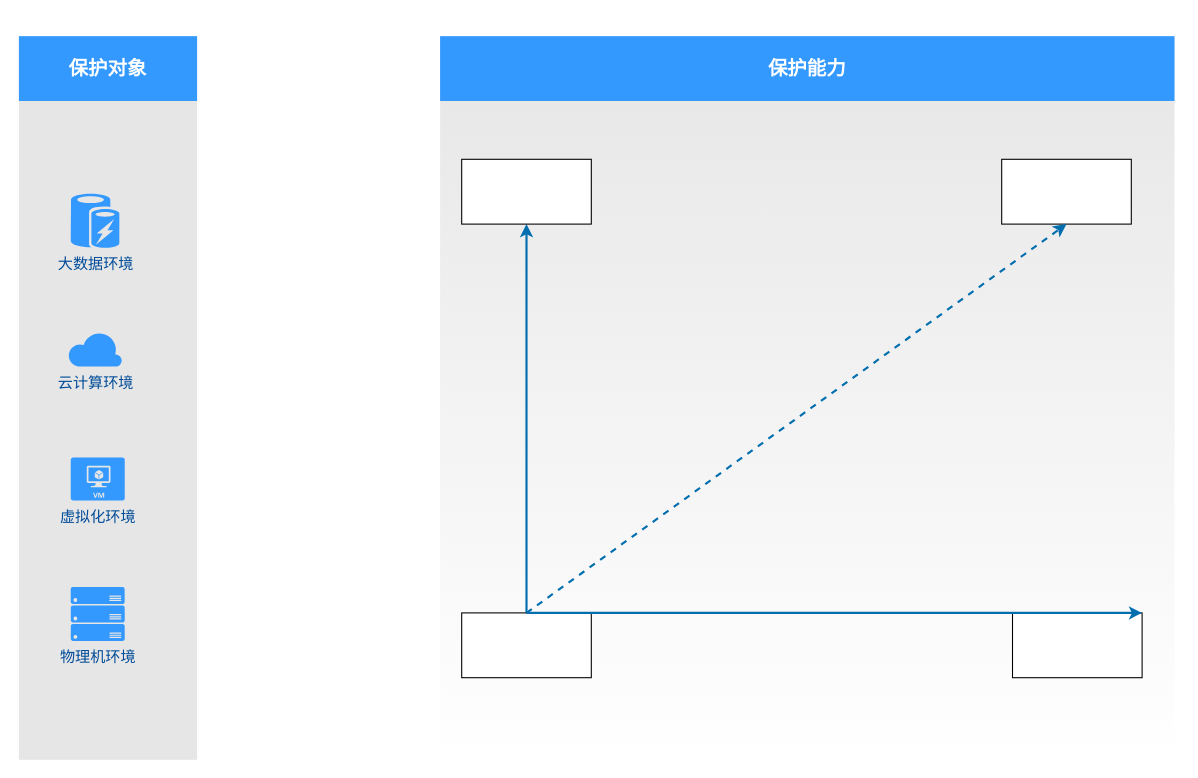
This is 多元数据保护.drawio from qqshow/drawio, a draw.io file, before an edit. Source tidied: cells renumbered, new cells numbered last; positions are measured from the earlier drawing's top-left corner, leaving out a move shared by most shapes. Both pictures are drawn from the tidied source at 108%, with x=0, y=0 at pixel (18, 36).
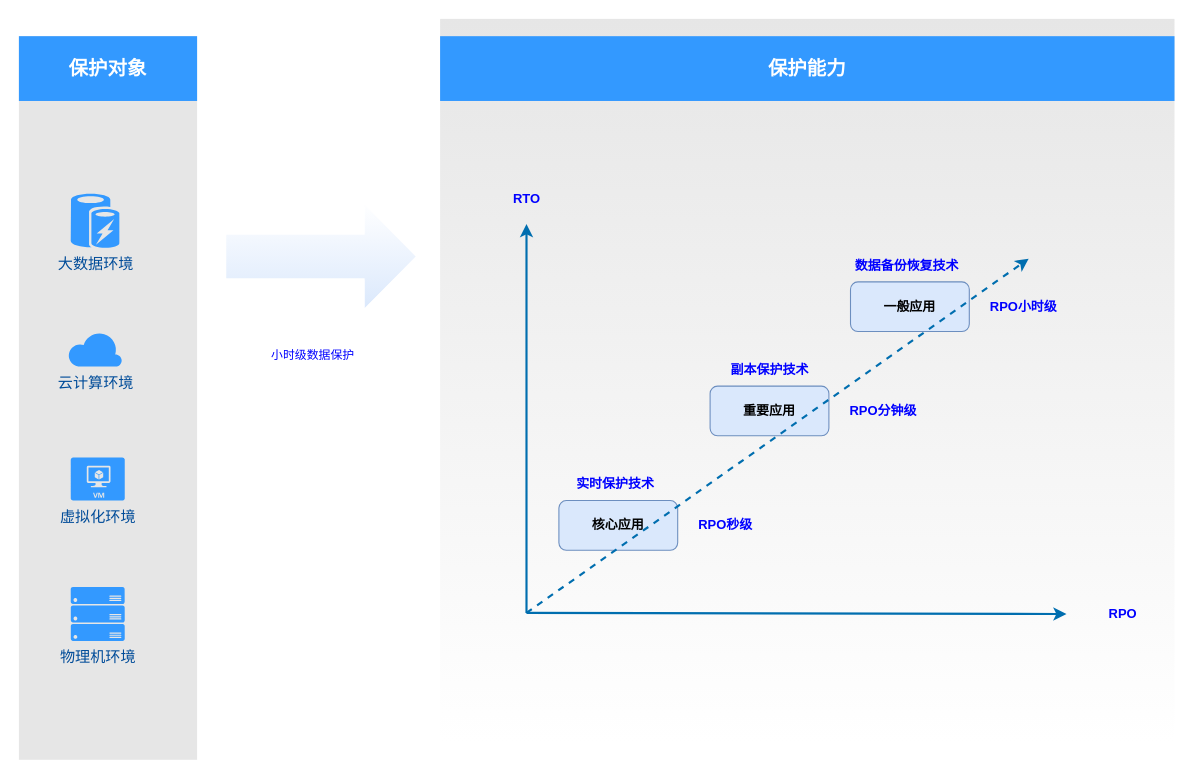
The same page after the edit.

Commit message:
Update 多元数据保护.drawio

Diff of the diagram source:
```diff
@@
     <mxCell id="3" style="rounded=0;whiteSpace=wrap;html=1;dashed=1;strokeColor=none;strokeWidth=2;fillColor=#E6E6E6;fontFamily=Verdana;fontSize=12;fontColor=#00BEF2;gradientColor=#ffffff;" parent="1" vertex="1">
-      <mxGeometry x="390" width="680" height="670" as="geometry" />
+      <mxGeometry x="390" y="-16" width="680" height="670" as="geometry" />
     </mxCell>
@@
-    <mxCell id="10" style="endArrow=classic;html=1;rounded=0;exitX=0.5;exitY=0;exitDx=0;exitDy=0;shadow=0;fillColor=#1ba1e2;strokeColor=#006EAF;strokeWidth=2;" parent="1" edge="1" source="11" target="12">
-      <mxGeometry relative="1" as="geometry" />
+    <mxCell id="10" style="endArrow=classic;html=1;rounded=0;exitX=0.5;exitY=0;exitDx=0;exitDy=0;shadow=0;fillColor=#1ba1e2;strokeColor=#006EAF;strokeWidth=2;" parent="1" edge="1">
+      <mxGeometry relative="1" as="geometry">
+        <mxPoint x="470" y="534" as="sourcePoint" />
+        <mxPoint x="470" y="174" as="targetPoint" />
+      </mxGeometry>
     </mxCell>
-    <mxCell id="11" style="rounded=0;whiteSpace=wrap;html=1;shadow=0;labelBackgroundColor=none;labelBorderColor=none;fillColor=default;gradientColor=none;" parent="1" vertex="1">
-      <mxGeometry x="410" y="534" width="120" height="60" as="geometry" />
-    </mxCell>
-    <mxCell id="12" style="rounded=0;whiteSpace=wrap;html=1;shadow=0;labelBackgroundColor=none;labelBorderColor=none;fillColor=default;gradientColor=none;" parent="1" vertex="1">
-      <mxGeometry x="410" y="114" width="120" height="60" as="geometry" />
-    </mxCell>
-    <mxCell id="13" style="rounded=0;whiteSpace=wrap;html=1;shadow=0;labelBackgroundColor=none;labelBorderColor=none;fillColor=default;gradientColor=none;" parent="1" vertex="1">
-      <mxGeometry x="920" y="534" width="120" height="60" as="geometry" />
-    </mxCell>
-    <mxCell id="14" style="endArrow=classic;html=1;rounded=0;exitX=0.5;exitY=0;exitDx=0;exitDy=0;entryX=1;entryY=0;entryDx=0;entryDy=0;strokeWidth=2;fillColor=#1ba1e2;strokeColor=#006EAF;" parent="1" edge="1" source="11" target="13">
-      <mxGeometry relative="1" as="geometry" />
+    <mxCell id="14" style="endArrow=classic;html=1;rounded=0;exitX=0.5;exitY=0;exitDx=0;exitDy=0;entryX=0;entryY=0.5;entryDx=0;entryDy=0;strokeWidth=2;fillColor=#1ba1e2;strokeColor=#006EAF;" parent="1" edge="1" target="27">
+      <mxGeometry relative="1" as="geometry">
+        <mxPoint x="470" y="534" as="sourcePoint" />
+      </mxGeometry>
     </mxCell>
-    <mxCell id="15" style="rounded=0;whiteSpace=wrap;html=1;shadow=0;labelBackgroundColor=none;labelBorderColor=none;fillColor=default;gradientColor=none;" parent="1" vertex="1">
-      <mxGeometry x="910" y="114" width="120" height="60" as="geometry" />
-    </mxCell>
+    <mxCell id="17" value="&lt;b&gt;核心应用&lt;/b&gt;" style="rounded=1;whiteSpace=wrap;html=1;shadow=0;labelBackgroundColor=none;labelBorderColor=none;fillColor=#dae8fc;strokeColor=#6c8ebf;" parent="1" vertex="1">
+      <mxGeometry x="500" y="430" width="110" height="46" as="geometry" />
+    </mxCell>
+    <mxCell id="18" value="&lt;b&gt;重要应用&lt;/b&gt;" style="rounded=1;whiteSpace=wrap;html=1;shadow=0;labelBackgroundColor=none;labelBorderColor=none;fillColor=#dae8fc;strokeColor=#6c8ebf;" parent="1" vertex="1">
+      <mxGeometry x="640" y="324" width="110" height="46" as="geometry" />
+    </mxCell>
+    <mxCell id="19" value="&lt;b&gt;一般应用&lt;/b&gt;" style="rounded=1;whiteSpace=wrap;html=1;shadow=0;labelBackgroundColor=none;labelBorderColor=none;fillColor=#dae8fc;strokeColor=#6c8ebf;" parent="1" vertex="1">
+      <mxGeometry x="770" y="227.5" width="110" height="46" as="geometry" />
+    </mxCell>
+    <mxCell id="20" value="&lt;b&gt;实时保护技术&lt;/b&gt;" style="text;html=1;strokeColor=none;fillColor=none;align=center;verticalAlign=middle;whiteSpace=wrap;rounded=0;shadow=0;labelBackgroundColor=none;labelBorderColor=none;fontColor=#0000FF;" parent="1" vertex="1">
+      <mxGeometry x="500" y="400" width="105" height="30" as="geometry" />
+    </mxCell>
+    <mxCell id="21" value="&lt;b&gt;副本保护技术&lt;/b&gt;" style="text;html=1;strokeColor=none;fillColor=none;align=center;verticalAlign=middle;whiteSpace=wrap;rounded=0;shadow=0;labelBackgroundColor=none;labelBorderColor=none;fontColor=#0000FF;" parent="1" vertex="1">
+      <mxGeometry x="642.5" y="294" width="105" height="30" as="geometry" />
+    </mxCell>
+    <mxCell id="22" value="&lt;b&gt;数据备份恢复技术&lt;/b&gt;" style="text;html=1;strokeColor=none;fillColor=none;align=center;verticalAlign=middle;whiteSpace=wrap;rounded=0;shadow=0;labelBackgroundColor=none;labelBorderColor=none;fontColor=#0000FF;" parent="1" vertex="1">
+      <mxGeometry x="770" y="197.5" width="105" height="30" as="geometry" />
+    </mxCell>
+    <mxCell id="23" value="&lt;b&gt;RPO秒级&lt;/b&gt;" style="text;html=1;strokeColor=none;fillColor=none;align=center;verticalAlign=middle;whiteSpace=wrap;rounded=0;shadow=0;labelBackgroundColor=none;labelBorderColor=none;fontColor=#0000FF;" parent="1" vertex="1">
+      <mxGeometry x="602" y="438" width="105" height="30" as="geometry" />
+    </mxCell>
+    <mxCell id="24" value="&lt;b&gt;RPO分钟级&lt;/b&gt;" style="text;html=1;strokeColor=none;fillColor=none;align=center;verticalAlign=middle;whiteSpace=wrap;rounded=0;shadow=0;labelBackgroundColor=none;labelBorderColor=none;fontColor=#0000FF;" parent="1" vertex="1">
+      <mxGeometry x="747.5" y="332" width="105" height="30" as="geometry" />
+    </mxCell>
+    <mxCell id="25" value="&lt;b&gt;RPO小时级&lt;/b&gt;" style="text;html=1;strokeColor=none;fillColor=none;align=center;verticalAlign=middle;whiteSpace=wrap;rounded=0;shadow=0;labelBackgroundColor=none;labelBorderColor=none;fontColor=#0000FF;" parent="1" vertex="1">
+      <mxGeometry x="877.5" y="235.5" width="105" height="30" as="geometry" />
+    </mxCell>
+    <mxCell id="26" value="&lt;b&gt;RTO&lt;/b&gt;" style="text;html=1;strokeColor=none;fillColor=none;align=center;verticalAlign=middle;whiteSpace=wrap;rounded=0;shadow=0;labelBackgroundColor=none;labelBorderColor=none;fontColor=#0000FF;" parent="1" vertex="1">
+      <mxGeometry x="417.5" y="136" width="105" height="30" as="geometry" />
+    </mxCell>
+    <mxCell id="27" value="&lt;b&gt;RPO&lt;/b&gt;" style="text;html=1;strokeColor=none;fillColor=none;align=center;verticalAlign=middle;whiteSpace=wrap;rounded=0;shadow=0;labelBackgroundColor=none;labelBorderColor=none;fontColor=#0000FF;" parent="1" vertex="1">
+      <mxGeometry x="970" y="520" width="105" height="30" as="geometry" />
+    </mxCell>
-    <mxCell id="16" style="endArrow=classic;html=1;rounded=0;entryX=0.5;entryY=1;entryDx=0;entryDy=0;fillColor=#1ba1e2;strokeColor=#006EAF;strokeWidth=2;dashed=1;" parent="1" edge="1" target="15">
+    <mxCell id="16" style="endArrow=classic;html=1;rounded=0;entryX=0.5;entryY=1;entryDx=0;entryDy=0;fillColor=#1ba1e2;strokeColor=#006EAF;strokeWidth=2;dashed=1;" parent="1" edge="1">
       <mxGeometry relative="1" as="geometry">
         <mxPoint x="470" y="534" as="sourcePoint" />
+        <mxPoint x="935" y="206" as="targetPoint" />
       </mxGeometry>
     </mxCell>
+    <mxCell id="28" style="shape=flexArrow;endArrow=classic;html=1;rounded=0;shadow=0;fontColor=#0000FF;strokeWidth=2;endWidth=56.53061224489796;endSize=15.985714285714286;width=41.42857142857143;fillColor=#dae8fc;strokeColor=#FFFFFF;gradientColor=#ffffff;gradientDirection=north;" parent="1" edge="1">
+      <mxGeometry relative="1" as="geometry">
+        <mxPoint x="190" y="204" as="sourcePoint" />
+        <mxPoint x="370" y="204" as="targetPoint" />
+        <Array as="points">
+          <mxPoint x="280" y="204" />
+        </Array>
+      </mxGeometry>
+    </mxCell>
+    <mxCell id="29" value="小时级数据保护" style="edgeLabel;html=1;align=center;verticalAlign=middle;fontColor=#0000FF;" parent="28" vertex="1">
+      <mxGeometry x="-0.31" y="-4" relative="1" as="geometry">
+        <mxPoint x="19" y="86" as="offset" />
+      </mxGeometry>
+    </mxCell>
```
